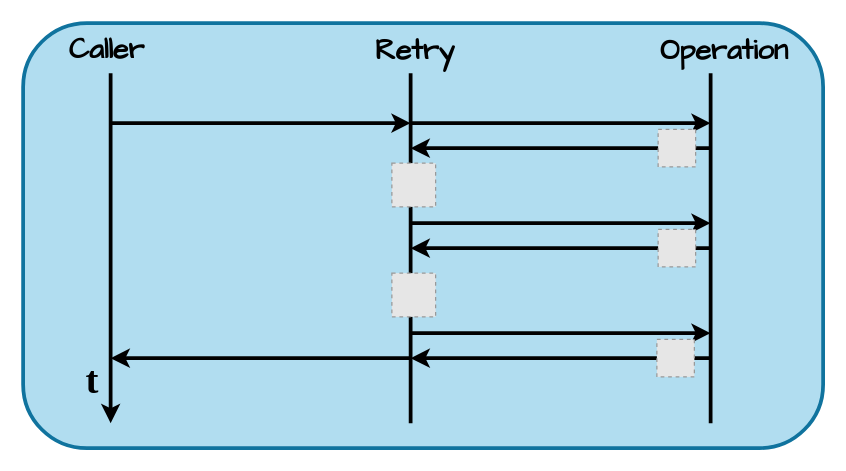
This is page "retry-execution-example" (6 of 15) of docs/drawio/kresil-diagrams.drawio from kresil/project-documentation, a draw.io file, before an edit. Source tidied: cells renumbered, new cells numbered last; positions are measured from the earlier drawing's top-left corner, leaving out a move shared by most shapes. Both pictures are drawn from the tidied source at 125%, with x=0, y=0 at pixel (22, 22). Pictures stored in the file or linked from it are replaced by grey dashed boxes.
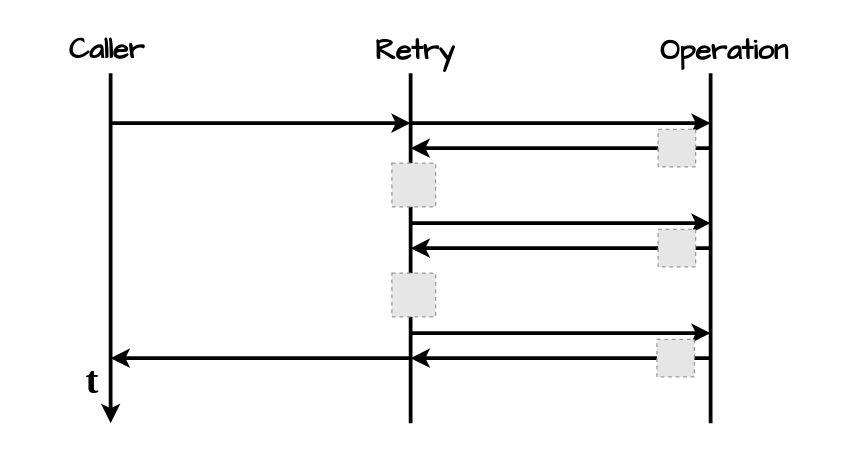
The same page after the edit.

Diff of the diagram source:
```diff
@@
-    <mxCell id="2" style="rounded=1;whiteSpace=wrap;html=1;fillColor=#b1ddf0;strokeColor=#10739e;strokeWidth=3;" parent="1" vertex="1">
+    <mxCell id="2" style="rounded=1;whiteSpace=wrap;html=1;fillColor=none;strokeColor=none;strokeWidth=3;shadow=0;" parent="1" vertex="1">
       <mxGeometry width="640" height="340" as="geometry" />
     </mxCell>
```
